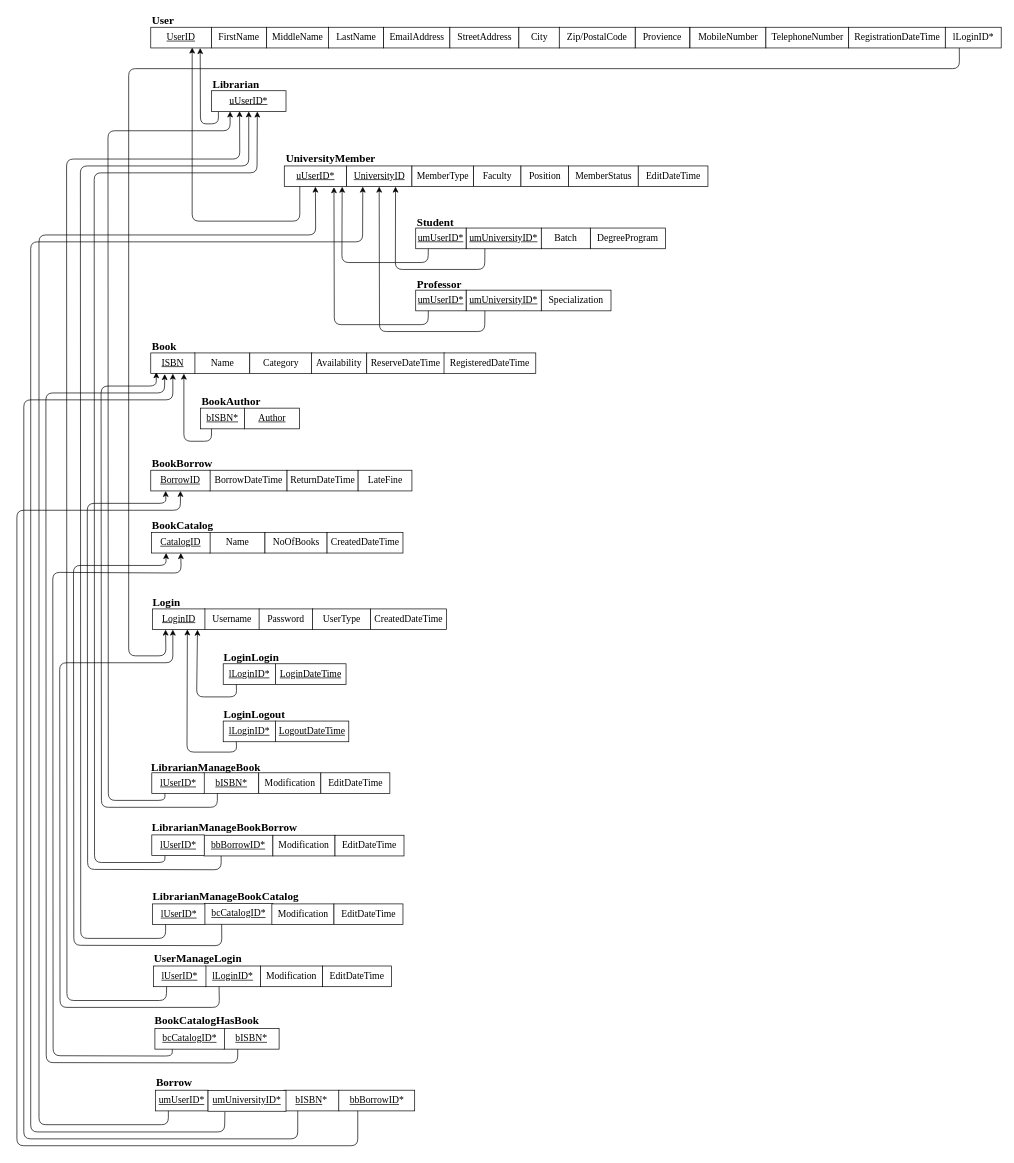
The draw.io diagram Documentation/Database/2.RelationalMapping/lsulibraryDB_RelationalMapping.drawio in hvlhasanka/Pearson_HND_Computing_Y1S2-Unit10_Web_Design_and_Development, before the edit. Source tidied: cells renumbered, new cells numbered last; positions are measured from the earlier drawing's top-left corner, leaving out a move shared by most shapes. Both pictures are drawn from the tidied source at 69%, with x=0, y=0 at pixel (17, 12).
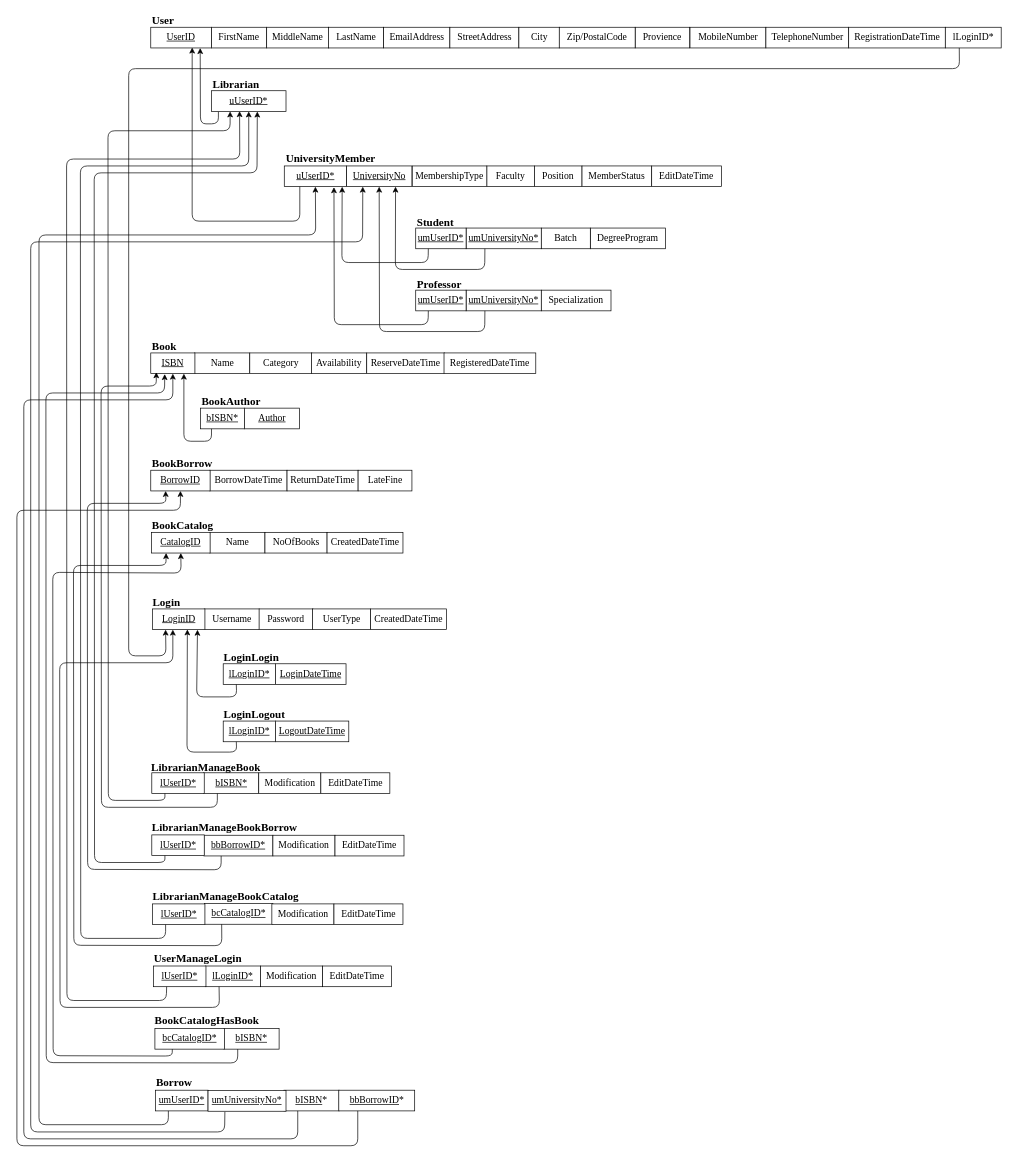
After the change.

Diff of the diagram source:
```diff
@@
-    <mxCell id="18" value="UniversityID" style="rounded=0;whiteSpace=wrap;html=1;fontSize=14;fontFamily=Times New Roman;fontStyle=4;" parent="1" vertex="1">
+    <mxCell id="18" value="UniversityNo" style="rounded=0;whiteSpace=wrap;html=1;fontSize=14;fontFamily=Times New Roman;fontStyle=4;" parent="1" vertex="1">
       <mxGeometry x="477.5" y="223" width="95" height="30" as="geometry" />
     </mxCell>
     <mxCell id="19" value="Faculty" style="rounded=0;whiteSpace=wrap;html=1;fontSize=14;fontFamily=Times New Roman;" parent="1" vertex="1">
-      <mxGeometry x="661.5" y="223" width="69" height="30" as="geometry" />
+      <mxGeometry x="681" y="223" width="69" height="30" as="geometry" />
     </mxCell>
-    <mxCell id="20" value="MemberType" style="rounded=0;whiteSpace=wrap;html=1;fontSize=14;fontFamily=Times New Roman;" parent="1" vertex="1">
-      <mxGeometry x="572.5" y="223" width="89" height="30" as="geometry" />
+    <mxCell id="20" value="MembershipType" style="rounded=0;whiteSpace=wrap;html=1;fontSize=14;fontFamily=Times New Roman;" parent="1" vertex="1">
+      <mxGeometry x="573" y="223" width="108" height="30" as="geometry" />
     </mxCell>
     <mxCell id="21" value="Position" style="rounded=0;whiteSpace=wrap;html=1;fontSize=14;fontFamily=Times New Roman;" parent="1" vertex="1">
-      <mxGeometry x="730.5" y="223" width="69" height="30" as="geometry" />
+      <mxGeometry x="750" y="223" width="69" height="30" as="geometry" />
     </mxCell>
     <mxCell id="22" value="MemberStatus" style="rounded=0;whiteSpace=wrap;html=1;fontSize=14;fontFamily=Times New Roman;" parent="1" vertex="1">
-      <mxGeometry x="799.5" y="223" width="101" height="30" as="geometry" />
+      <mxGeometry x="819" y="223" width="101" height="30" as="geometry" />
     </mxCell>
     <mxCell id="23" value="EditDateTime" style="rounded=0;whiteSpace=wrap;html=1;fontSize=14;fontFamily=Times New Roman;" parent="1" vertex="1">
-      <mxGeometry x="900.5" y="223" width="101" height="30" as="geometry" />
+      <mxGeometry x="920" y="223" width="101" height="30" as="geometry" />
     </mxCell>
@@
-    <mxCell id="26" value="umUniversityID*" style="rounded=0;whiteSpace=wrap;html=1;fontSize=14;fontFamily=Times New Roman;fontStyle=4;" parent="1" vertex="1">
+    <mxCell id="26" value="umUniversityNo*" style="rounded=0;whiteSpace=wrap;html=1;fontSize=14;fontFamily=Times New Roman;fontStyle=4;" parent="1" vertex="1">
       <mxGeometry x="651" y="313" width="109" height="30" as="geometry" />
     </mxCell>
@@
-    <mxCell id="31" value="umUniversityID*" style="rounded=0;whiteSpace=wrap;html=1;fontSize=14;fontFamily=Times New Roman;fontStyle=4;" parent="1" vertex="1">
+    <mxCell id="31" value="umUniversityNo*" style="rounded=0;whiteSpace=wrap;html=1;fontSize=14;fontFamily=Times New Roman;fontStyle=4;" parent="1" vertex="1">
       <mxGeometry x="651" y="403" width="109" height="30" as="geometry" />
     </mxCell>
@@
-    <mxCell id="116" value="umUniversityID*" style="rounded=0;whiteSpace=wrap;html=1;fontSize=14;fontFamily=Times New Roman;fontStyle=4;" parent="1" vertex="1">
+    <mxCell id="116" value="umUniversityNo*" style="rounded=0;whiteSpace=wrap;html=1;fontSize=14;fontFamily=Times New Roman;fontStyle=4;" parent="1" vertex="1">
       <mxGeometry x="277" y="1563" width="113" height="30" as="geometry" />
     </mxCell>
```
